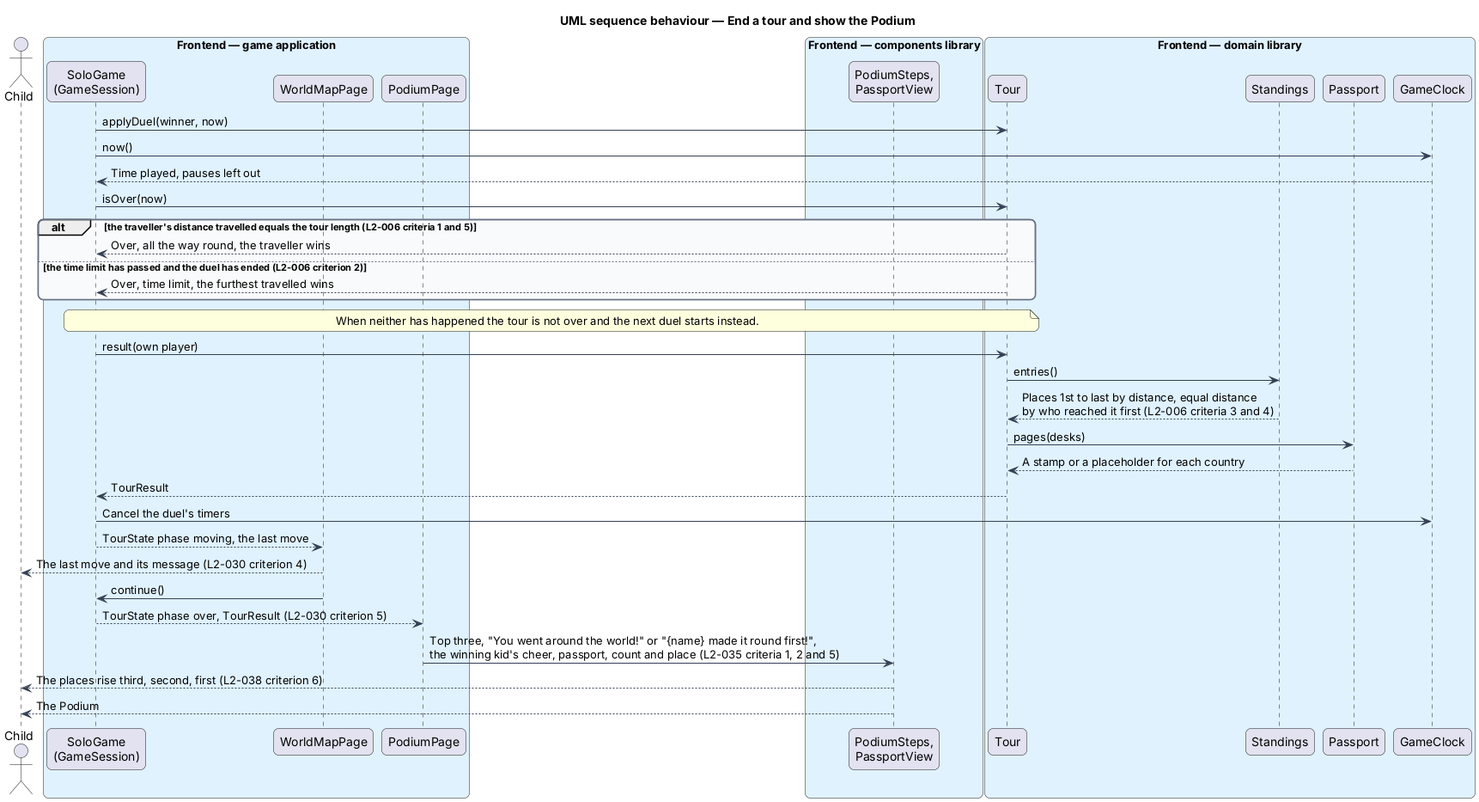
This is docs/detailed-designs/tour/end-tour/diagrams/sequence-end-tour.png from QuinntyneBrown/around-the-world, a PlantUML export, as it was before one commit. Its source is kept beside it as docs/detailed-designs/tour/end-tour/diagrams/sequence-end-tour.puml.
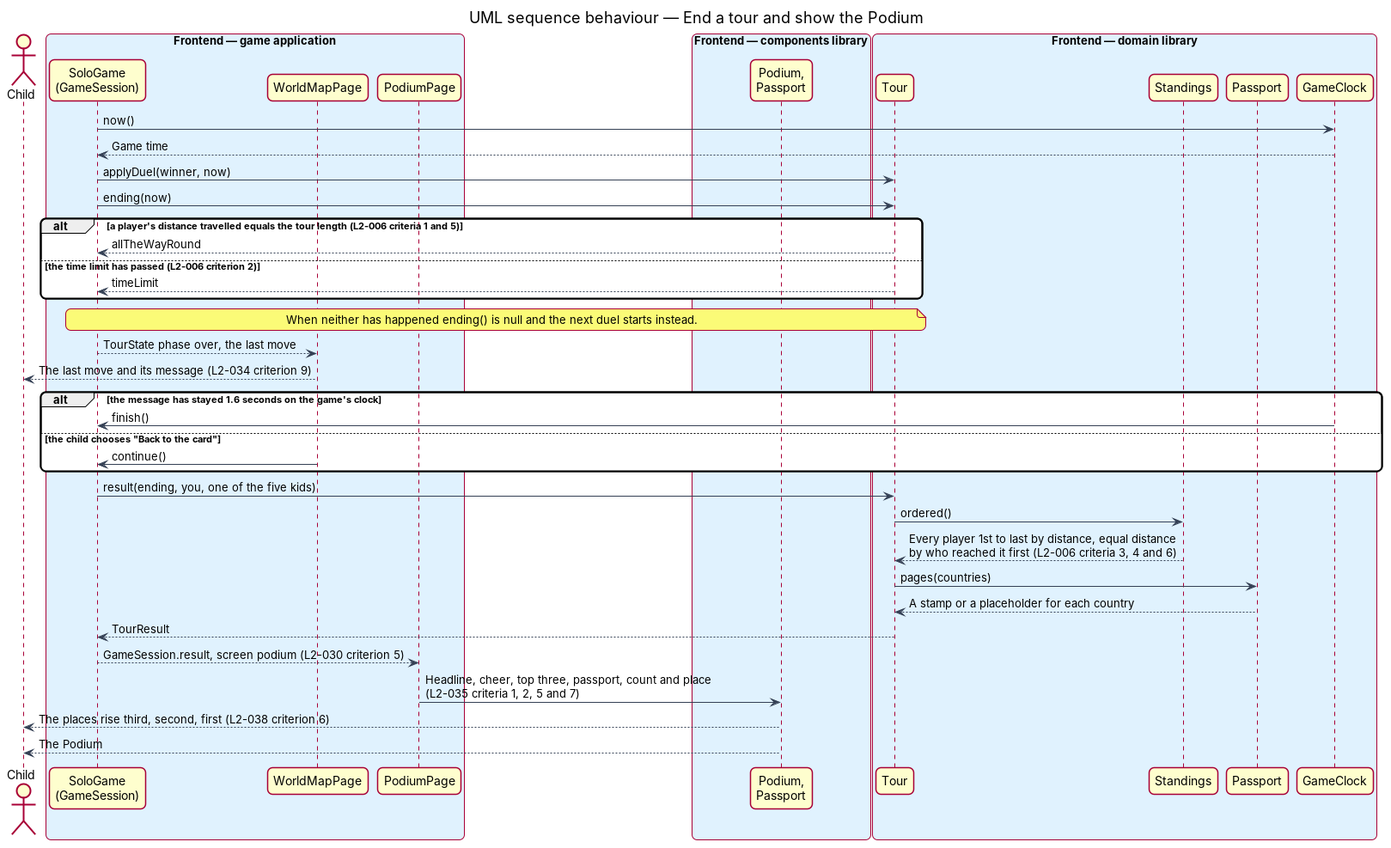
After the commit.

Change to the diagram source:
```diff
@@ -21,7 +21,7 @@
   participant "PodiumPage" as page
 end box
 box "Frontend — components library" #E0F2FE
-  participant "PodiumSteps,\nPassportView" as views
+  participant "Podium,\nPassport" as views
 end box
 box "Frontend — domain library" #E0F2FE
   participant "Tour" as tour
@@ -29,28 +29,31 @@
   participant "Passport" as passport
   participant "GameClock" as clock
 end box
+solo -> clock : now()
+clock --> solo : Game time
 solo -> tour : applyDuel(winner, now)
-solo -> clock : now()
-clock --> solo : Time played, pauses left out
-solo -> tour : isOver(now)
-alt the traveller's distance travelled equals the tour length (L2-006 criteria 1 and 5)
-  tour --> solo : Over, all the way round, the traveller wins
-else the time limit has passed and the duel has ended (L2-006 criterion 2)
-  tour --> solo : Over, time limit, the furthest travelled wins
+solo -> tour : ending(now)
+alt a player's distance travelled equals the tour length (L2-006 criteria 1 and 5)
+  tour --> solo : allTheWayRound
+else the time limit has passed (L2-006 criterion 2)
+  tour --> solo : timeLimit
 end
-note over solo, tour : When neither has happened the tour is not over and the next duel starts instead.
-solo -> tour : result(own player)
-tour -> standings : entries()
-standings --> tour : Places 1st to last by distance, equal distance\nby who reached it first (L2-006 criteria 3 and 4)
-tour -> passport : pages(desks)
+note over solo, tour : When neither has happened ending() is null and the next duel starts instead.
+solo --> map : TourState phase over, the last move
+map --> child : The last move and its message (L2-034 criterion 9)
+alt the message has stayed 1.6 seconds on the game's clock
+  clock -> solo : finish()
+else the child chooses "Back to the card"
+  map -> solo : continue()
+end
+solo -> tour : result(ending, you, one of the five kids)
+tour -> standings : ordered()
+standings --> tour : Every player 1st to last by distance, equal distance\nby who reached it first (L2-006 criteria 3, 4 and 6)
+tour -> passport : pages(countries)
 passport --> tour : A stamp or a placeholder for each country
 tour --> solo : TourResult
-solo -> clock : Cancel the duel's timers
-solo --> map : TourState phase moving, the last move
-map --> child : The last move and its message (L2-030 criterion 4)
-map -> solo : continue()
-solo --> page : TourState phase over, TourResult (L2-030 criterion 5)
-page -> views : Top three, "You went around the world!" or "{name} made it round first!",\nthe winning kid's cheer, passport, count and place (L2-035 criteria 1, 2 and 5)
+solo --> page : GameSession.result, screen podium (L2-030 criterion 5)
+page -> views : Headline, cheer, top three, passport, count and place\n(L2-035 criteria 1, 2, 5 and 7)
 views --> child : The places rise third, second, first (L2-038 criterion 6)
 views --> child : The Podium
 @enduml
```
